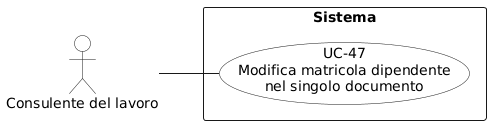
Earlier version of the PlantUML export RTB/Analisi dei Requisiti/diagrammi_use_case/UC-47.png (aLittleByte-19/Documentazione). Its diagram source:
```plantuml
@startuml
left to right direction
skinparam packageStyle rectangle
skinparam usecaseBackgroundColor White
skinparam actorBackgroundColor White

actor "Consulente del lavoro" as consulente

rectangle "Sistema" {
  usecase "UC-47\nModifica matricola dipendente\nnel singolo documento" as uc47
}

consulente -- uc47
@enduml
```
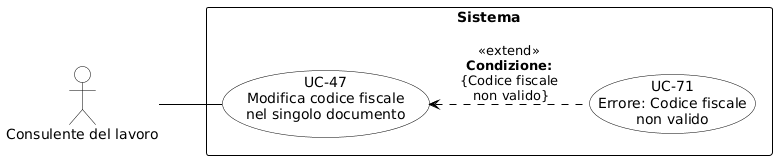
Above is the later version.

The edit, as a diff of the source:
```diff
@@ -1,14 +1,30 @@
 @startuml
+skinparam shadowing false
+skinparam defaultFontName Arial
 left to right direction
-skinparam packageStyle rectangle
-skinparam usecaseBackgroundColor White
-skinparam actorBackgroundColor White
 
-actor "Consulente del lavoro" as consulente
+skinparam usecase {
+    BackgroundColor white
+    BorderColor black
+    ArrowColor black
+}
+skinparam actor {
+    BackgroundColor white
+    BorderColor black
+}
+skinparam rectangle {
+    BorderColor black
+    FontStyle bold
+}
+
+actor "Consulente del lavoro" as cdl
 
 rectangle "Sistema" {
-  usecase "UC-47\nModifica matricola dipendente\nnel singolo documento" as uc47
+    usecase "UC-47\nModifica codice fiscale\nnel singolo documento" as UC47
+    usecase "UC-71\nErrore: Codice fiscale\nnon valido" as UC71
+
+    UC71 .up.> UC47 : «extend»\n<b>Condizione:</b>\n{Codice fiscale\n non valido}
 }
 
-consulente -- uc47
+cdl -- UC47
 @enduml
```
